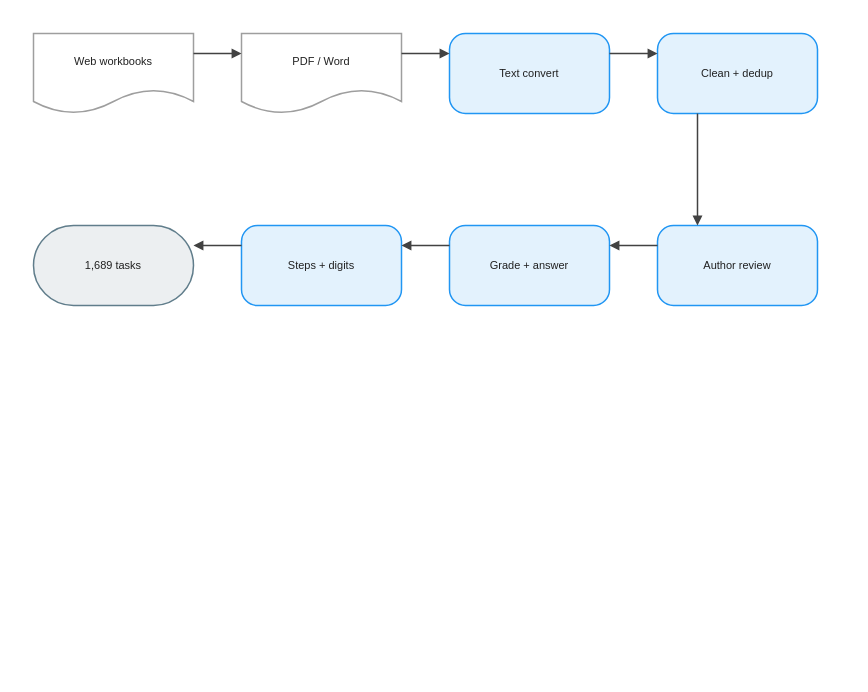
Earlier version of the draw.io diagram client/public/drawio/CMATH/CMATH.en.drawio (joe1chief/benchmark-hub). Source tidied: cells renumbered, new cells numbered last; positions are measured from the earlier drawing's top-left corner, leaving out a move shared by most shapes. Both pictures are drawn from the tidied source at 100%, with x=0, y=0 at pixel (33, 33).
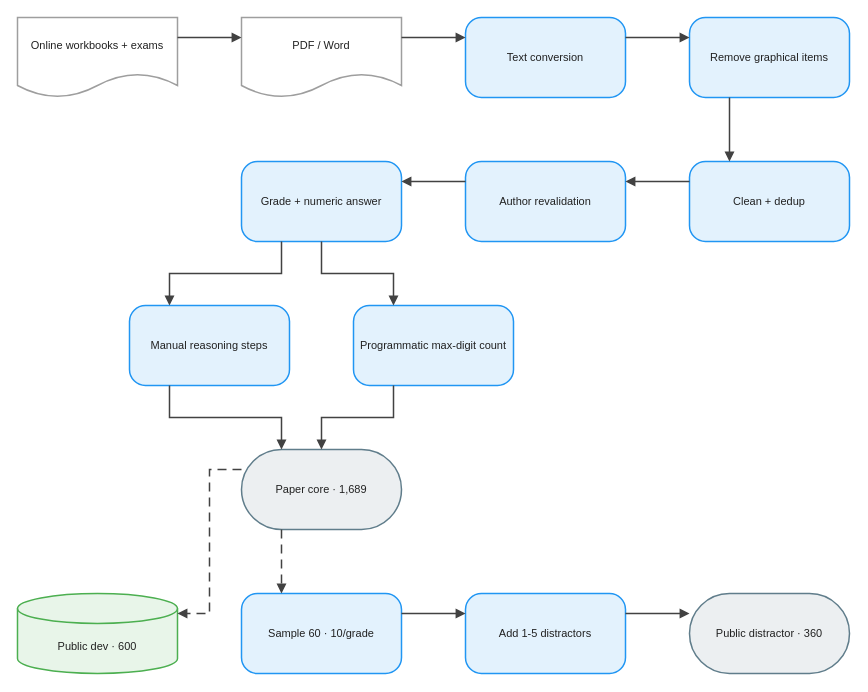
The same diagram, later.

The edit, as a diff of the source:
```diff
@@
-    <mxCell id="2" value="Web workbooks" style="shape=document;boundedLbl=1;html=1;whiteSpace=wrap;fillColor=#FFFFFF;strokeColor=#9E9E9E;strokeWidth=1.5;fontColor=#212121;fontSize=11;fontFamily=Arial, Helvetica, sans-serif;verticalAlign=middle;align=center;" parent="1" vertex="1">
-      <mxGeometry width="160" height="80" as="geometry" />
+    <mxCell id="2" value="Online workbooks + exams" style="shape=document;boundedLbl=1;html=0;convertToSvg=1;whiteSpace=wrap;fillColor=#FFFFFF;strokeColor=#9E9E9E;strokeWidth=1.5;fontColor=#212121;fontSize=11;fontFamily=Arial, Helvetica, sans-serif;verticalAlign=middle;align=center;" parent="1" vertex="1">
+      <mxGeometry x="-16" y="-16" width="160" height="80" as="geometry" />
     </mxCell>
-    <mxCell id="3" value="PDF / Word" style="shape=document;boundedLbl=1;html=1;whiteSpace=wrap;fillColor=#FFFFFF;strokeColor=#9E9E9E;strokeWidth=1.5;fontColor=#212121;fontSize=11;fontFamily=Arial, Helvetica, sans-serif;verticalAlign=middle;align=center;" parent="1" vertex="1">
-      <mxGeometry x="208" width="160" height="80" as="geometry" />
+    <mxCell id="3" value="PDF / Word" style="shape=document;boundedLbl=1;html=0;convertToSvg=1;whiteSpace=wrap;fillColor=#FFFFFF;strokeColor=#9E9E9E;strokeWidth=1.5;fontColor=#212121;fontSize=11;fontFamily=Arial, Helvetica, sans-serif;verticalAlign=middle;align=center;" parent="1" vertex="1">
+      <mxGeometry x="208" y="-16" width="160" height="80" as="geometry" />
     </mxCell>
-    <mxCell id="4" value="Text convert" style="rounded=1;arcSize=20;html=1;whiteSpace=wrap;fillColor=#E3F2FD;strokeColor=#2196F3;strokeWidth=1.5;fontColor=#212121;fontSize=11;fontFamily=Arial, Helvetica, sans-serif;verticalAlign=middle;align=center;" parent="1" vertex="1">
-      <mxGeometry x="416" width="160" height="80" as="geometry" />
+    <mxCell id="4" value="Text conversion" style="rounded=1;arcSize=20;html=0;convertToSvg=1;whiteSpace=wrap;fillColor=#E3F2FD;strokeColor=#2196F3;strokeWidth=1.5;fontColor=#212121;fontSize=11;fontFamily=Arial, Helvetica, sans-serif;verticalAlign=middle;align=center;" parent="1" vertex="1">
+      <mxGeometry x="432" y="-16" width="160" height="80" as="geometry" />
     </mxCell>
-    <mxCell id="5" value="Clean + dedup" style="rounded=1;arcSize=20;html=1;whiteSpace=wrap;fillColor=#E3F2FD;strokeColor=#2196F3;strokeWidth=1.5;fontColor=#212121;fontSize=11;fontFamily=Arial, Helvetica, sans-serif;verticalAlign=middle;align=center;" parent="1" vertex="1">
-      <mxGeometry x="624" width="160" height="80" as="geometry" />
+    <mxCell id="5" value="Remove graphical items" style="rounded=1;arcSize=20;html=0;convertToSvg=1;whiteSpace=wrap;fillColor=#E3F2FD;strokeColor=#2196F3;strokeWidth=1.5;fontColor=#212121;fontSize=11;fontFamily=Arial, Helvetica, sans-serif;verticalAlign=middle;align=center;" parent="1" vertex="1">
+      <mxGeometry x="656" y="-16" width="160" height="80" as="geometry" />
     </mxCell>
-    <mxCell id="6" value="Author review" style="rounded=1;arcSize=20;html=1;whiteSpace=wrap;fillColor=#E3F2FD;strokeColor=#2196F3;strokeWidth=1.5;fontColor=#212121;fontSize=11;fontFamily=Arial, Helvetica, sans-serif;verticalAlign=middle;align=center;" parent="1" vertex="1">
-      <mxGeometry x="624" y="192" width="160" height="80" as="geometry" />
+    <mxCell id="6" value="Clean + dedup" style="rounded=1;arcSize=20;html=0;convertToSvg=1;whiteSpace=wrap;fillColor=#E3F2FD;strokeColor=#2196F3;strokeWidth=1.5;fontColor=#212121;fontSize=11;fontFamily=Arial, Helvetica, sans-serif;verticalAlign=middle;align=center;" parent="1" vertex="1">
+      <mxGeometry x="656" y="128" width="160" height="80" as="geometry" />
     </mxCell>
-    <mxCell id="7" value="Grade + answer" style="rounded=1;arcSize=20;html=1;whiteSpace=wrap;fillColor=#E3F2FD;strokeColor=#2196F3;strokeWidth=1.5;fontColor=#212121;fontSize=11;fontFamily=Arial, Helvetica, sans-serif;verticalAlign=middle;align=center;" parent="1" vertex="1">
-      <mxGeometry x="416" y="192" width="160" height="80" as="geometry" />
+    <mxCell id="7" value="Author revalidation" style="rounded=1;arcSize=20;html=0;convertToSvg=1;whiteSpace=wrap;fillColor=#E3F2FD;strokeColor=#2196F3;strokeWidth=1.5;fontColor=#212121;fontSize=11;fontFamily=Arial, Helvetica, sans-serif;verticalAlign=middle;align=center;" parent="1" vertex="1">
+      <mxGeometry x="432" y="128" width="160" height="80" as="geometry" />
     </mxCell>
-    <mxCell id="8" value="Steps + digits" style="rounded=1;arcSize=20;html=1;whiteSpace=wrap;fillColor=#E3F2FD;strokeColor=#2196F3;strokeWidth=1.5;fontColor=#212121;fontSize=11;fontFamily=Arial, Helvetica, sans-serif;verticalAlign=middle;align=center;" parent="1" vertex="1">
-      <mxGeometry x="208" y="192" width="160" height="80" as="geometry" />
+    <mxCell id="8" value="Grade + numeric answer" style="rounded=1;arcSize=20;html=0;convertToSvg=1;whiteSpace=wrap;fillColor=#E3F2FD;strokeColor=#2196F3;strokeWidth=1.5;fontColor=#212121;fontSize=11;fontFamily=Arial, Helvetica, sans-serif;verticalAlign=middle;align=center;" parent="1" vertex="1">
+      <mxGeometry x="208" y="128" width="160" height="80" as="geometry" />
     </mxCell>
-    <mxCell id="9" value="1,689 tasks" style="rounded=1;arcSize=50;html=1;whiteSpace=wrap;fillColor=#ECEFF1;strokeColor=#607D8B;strokeWidth=1.5;fontColor=#212121;fontSize=11;fontFamily=Arial, Helvetica, sans-serif;verticalAlign=middle;align=center;" parent="1" vertex="1">
-      <mxGeometry y="192" width="160" height="80" as="geometry" />
+    <mxCell id="9" value="Manual reasoning steps" style="rounded=1;arcSize=20;html=0;convertToSvg=1;whiteSpace=wrap;fillColor=#E3F2FD;strokeColor=#2196F3;strokeWidth=1.5;fontColor=#212121;fontSize=11;fontFamily=Arial, Helvetica, sans-serif;verticalAlign=middle;align=center;" parent="1" vertex="1">
+      <mxGeometry x="96" y="272" width="160" height="80" as="geometry" />
     </mxCell>
-    <mxCell id="10" style="edgeStyle=orthogonalEdgeStyle;rounded=0;jettySize=auto;html=1;strokeColor=#424242;strokeWidth=1.5;endArrow=block;endFill=1;exitX=1;exitY=0.25;exitDx=0;exitDy=0;entryX=0;entryY=0.25;entryDx=0;entryDy=0;jumpStyle=arc;jumpSize=8;" parent="1" edge="1" source="2" target="3">
-      <mxGeometry relative="1" as="geometry" />
+    <mxCell id="10" value="Programmatic max-digit count" style="rounded=1;arcSize=20;html=0;convertToSvg=1;whiteSpace=wrap;fillColor=#E3F2FD;strokeColor=#2196F3;strokeWidth=1.5;fontColor=#212121;fontSize=11;fontFamily=Arial, Helvetica, sans-serif;verticalAlign=middle;align=center;" parent="1" vertex="1">
+      <mxGeometry x="320" y="272" width="160" height="80" as="geometry" />
     </mxCell>
-    <mxCell id="11" style="edgeStyle=orthogonalEdgeStyle;rounded=0;jettySize=auto;html=1;strokeColor=#424242;strokeWidth=1.5;endArrow=block;endFill=1;exitX=1;exitY=0.25;exitDx=0;exitDy=0;entryX=0;entryY=0.25;entryDx=0;entryDy=0;jumpStyle=arc;jumpSize=8;" parent="1" edge="1" source="3" target="4">
-      <mxGeometry relative="1" as="geometry" />
+    <mxCell id="11" value="Paper core · 1,689" style="rounded=1;arcSize=50;html=0;convertToSvg=1;whiteSpace=wrap;fillColor=#ECEFF1;strokeColor=#607D8B;strokeWidth=1.5;fontColor=#212121;fontSize=11;fontFamily=Arial, Helvetica, sans-serif;verticalAlign=middle;align=center;" parent="1" vertex="1">
+      <mxGeometry x="208" y="416" width="160" height="80" as="geometry" />
     </mxCell>
-    <mxCell id="12" style="edgeStyle=orthogonalEdgeStyle;rounded=0;jettySize=auto;html=1;strokeColor=#424242;strokeWidth=1.5;endArrow=block;endFill=1;exitX=1;exitY=0.25;exitDx=0;exitDy=0;entryX=0;entryY=0.25;entryDx=0;entryDy=0;jumpStyle=arc;jumpSize=8;" parent="1" edge="1" source="4" target="5">
-      <mxGeometry relative="1" as="geometry" />
+    <mxCell id="12" value="Public dev · 600" style="shape=cylinder3;boundedLbl=1;backgroundOutline=1;size=15;html=0;convertToSvg=1;whiteSpace=wrap;fillColor=#E8F5E9;strokeColor=#4CAF50;strokeWidth=1.5;fontColor=#212121;fontSize=11;fontFamily=Arial, Helvetica, sans-serif;verticalAlign=middle;align=center;" parent="1" vertex="1">
+      <mxGeometry x="-16" y="560" width="160" height="80" as="geometry" />
     </mxCell>
-    <mxCell id="13" style="edgeStyle=orthogonalEdgeStyle;rounded=0;jettySize=auto;html=1;strokeColor=#424242;strokeWidth=1.5;endArrow=block;endFill=1;exitX=0.25;exitY=1;exitDx=0;exitDy=0;entryX=0.25;entryY=0;entryDx=0;entryDy=0;jumpStyle=arc;jumpSize=8;" parent="1" edge="1" source="5" target="6">
-      <mxGeometry relative="1" as="geometry" />
+    <mxCell id="13" value="Sample 60 · 10/grade" style="rounded=1;arcSize=20;html=0;convertToSvg=1;whiteSpace=wrap;fillColor=#E3F2FD;strokeColor=#2196F3;strokeWidth=1.5;fontColor=#212121;fontSize=11;fontFamily=Arial, Helvetica, sans-serif;verticalAlign=middle;align=center;" parent="1" vertex="1">
+      <mxGeometry x="208" y="560" width="160" height="80" as="geometry" />
     </mxCell>
-    <mxCell id="14" style="edgeStyle=orthogonalEdgeStyle;rounded=0;jettySize=auto;html=1;strokeColor=#424242;strokeWidth=1.5;endArrow=block;endFill=1;exitX=0;exitY=0.25;exitDx=0;exitDy=0;entryX=1;entryY=0.25;entryDx=0;entryDy=0;jumpStyle=arc;jumpSize=8;" parent="1" edge="1" source="6" target="7">
-      <mxGeometry relative="1" as="geometry" />
+    <mxCell id="14" value="Add 1-5 distractors" style="rounded=1;arcSize=20;html=0;convertToSvg=1;whiteSpace=wrap;fillColor=#E3F2FD;strokeColor=#2196F3;strokeWidth=1.5;fontColor=#212121;fontSize=11;fontFamily=Arial, Helvetica, sans-serif;verticalAlign=middle;align=center;" parent="1" vertex="1">
+      <mxGeometry x="432" y="560" width="160" height="80" as="geometry" />
     </mxCell>
-    <mxCell id="15" style="edgeStyle=orthogonalEdgeStyle;rounded=0;jettySize=auto;html=1;strokeColor=#424242;strokeWidth=1.5;endArrow=block;endFill=1;exitX=0;exitY=0.25;exitDx=0;exitDy=0;entryX=1;entryY=0.25;entryDx=0;entryDy=0;jumpStyle=arc;jumpSize=8;" parent="1" edge="1" source="7" target="8">
-      <mxGeometry relative="1" as="geometry" />
+    <mxCell id="15" value="Public distractor · 360" style="rounded=1;arcSize=50;html=0;convertToSvg=1;whiteSpace=wrap;fillColor=#ECEFF1;strokeColor=#607D8B;strokeWidth=1.5;fontColor=#212121;fontSize=11;fontFamily=Arial, Helvetica, sans-serif;verticalAlign=middle;align=center;" parent="1" vertex="1">
+      <mxGeometry x="656" y="560" width="160" height="80" as="geometry" />
     </mxCell>
-    <mxCell id="16" style="edgeStyle=orthogonalEdgeStyle;rounded=0;jettySize=auto;html=1;strokeColor=#424242;strokeWidth=1.5;endArrow=block;endFill=1;exitX=0;exitY=0.25;exitDx=0;exitDy=0;entryX=1;entryY=0.25;entryDx=0;entryDy=0;jumpStyle=arc;jumpSize=8;" parent="1" edge="1" source="8" target="9">
+    <mxCell id="16" style="edgeStyle=orthogonalEdgeStyle;rounded=0;jettySize=auto;html=0;convertToSvg=1;strokeColor=#424242;strokeWidth=1.5;endArrow=block;endFill=1;exitX=1;exitY=0.25;exitDx=0;exitDy=0;entryX=0;entryY=0.25;entryDx=0;entryDy=0;jumpStyle=arc;jumpSize=8;" parent="1" edge="1" source="2" target="3">
       <mxGeometry relative="1" as="geometry" />
     </mxCell>
+    <mxCell id="17" style="edgeStyle=orthogonalEdgeStyle;rounded=0;jettySize=auto;html=0;convertToSvg=1;strokeColor=#424242;strokeWidth=1.5;endArrow=block;endFill=1;exitX=1;exitY=0.25;exitDx=0;exitDy=0;entryX=0;entryY=0.25;entryDx=0;entryDy=0;jumpStyle=arc;jumpSize=8;" parent="1" edge="1" source="3" target="4">
+      <mxGeometry relative="1" as="geometry" />
+    </mxCell>
+    <mxCell id="18" style="edgeStyle=orthogonalEdgeStyle;rounded=0;jettySize=auto;html=0;convertToSvg=1;strokeColor=#424242;strokeWidth=1.5;endArrow=block;endFill=1;exitX=1;exitY=0.25;exitDx=0;exitDy=0;entryX=0;entryY=0.25;entryDx=0;entryDy=0;jumpStyle=arc;jumpSize=8;" parent="1" edge="1" source="4" target="5">
+      <mxGeometry relative="1" as="geometry" />
+    </mxCell>
+    <mxCell id="19" style="edgeStyle=orthogonalEdgeStyle;rounded=0;jettySize=auto;html=0;convertToSvg=1;strokeColor=#424242;strokeWidth=1.5;endArrow=block;endFill=1;exitX=0.25;exitY=1;exitDx=0;exitDy=0;entryX=0.25;entryY=0;entryDx=0;entryDy=0;jumpStyle=arc;jumpSize=8;" parent="1" edge="1" source="5" target="6">
+      <mxGeometry relative="1" as="geometry" />
+    </mxCell>
+    <mxCell id="20" style="edgeStyle=orthogonalEdgeStyle;rounded=0;jettySize=auto;html=0;convertToSvg=1;strokeColor=#424242;strokeWidth=1.5;endArrow=block;endFill=1;exitX=0;exitY=0.25;exitDx=0;exitDy=0;entryX=1;entryY=0.25;entryDx=0;entryDy=0;jumpStyle=arc;jumpSize=8;" parent="1" edge="1" source="6" target="7">
+      <mxGeometry relative="1" as="geometry" />
+    </mxCell>
+    <mxCell id="21" style="edgeStyle=orthogonalEdgeStyle;rounded=0;jettySize=auto;html=0;convertToSvg=1;strokeColor=#424242;strokeWidth=1.5;endArrow=block;endFill=1;exitX=0;exitY=0.25;exitDx=0;exitDy=0;entryX=1;entryY=0.25;entryDx=0;entryDy=0;jumpStyle=arc;jumpSize=8;" parent="1" edge="1" source="7" target="8">
+      <mxGeometry relative="1" as="geometry" />
+    </mxCell>
+    <mxCell id="22" style="edgeStyle=orthogonalEdgeStyle;rounded=0;jettySize=auto;html=0;convertToSvg=1;strokeColor=#424242;strokeWidth=1.5;endArrow=block;endFill=1;exitX=0.25;exitY=1;exitDx=0;exitDy=0;entryX=0.25;entryY=0;entryDx=0;entryDy=0;jumpStyle=arc;jumpSize=8;" parent="1" edge="1" source="8" target="9">
+      <mxGeometry relative="1" as="geometry" />
+    </mxCell>
+    <mxCell id="23" style="edgeStyle=orthogonalEdgeStyle;rounded=0;jettySize=auto;html=0;convertToSvg=1;strokeColor=#424242;strokeWidth=1.5;endArrow=block;endFill=1;exitX=0.5;exitY=1;exitDx=0;exitDy=0;entryX=0.25;entryY=0;entryDx=0;entryDy=0;jumpStyle=arc;jumpSize=8;" parent="1" edge="1" source="8" target="10">
+      <mxGeometry relative="1" as="geometry" />
+    </mxCell>
+    <mxCell id="24" style="edgeStyle=orthogonalEdgeStyle;rounded=0;jettySize=auto;html=0;convertToSvg=1;strokeColor=#424242;strokeWidth=1.5;endArrow=block;endFill=1;exitX=0.25;exitY=1;exitDx=0;exitDy=0;entryX=0.25;entryY=0;entryDx=0;entryDy=0;jumpStyle=arc;jumpSize=8;" parent="1" edge="1" source="9" target="11">
+      <mxGeometry relative="1" as="geometry" />
+    </mxCell>
+    <mxCell id="25" style="edgeStyle=orthogonalEdgeStyle;rounded=0;jettySize=auto;html=0;convertToSvg=1;strokeColor=#424242;strokeWidth=1.5;endArrow=block;endFill=1;exitX=0.25;exitY=1;exitDx=0;exitDy=0;entryX=0.5;entryY=0;entryDx=0;entryDy=0;jumpStyle=arc;jumpSize=8;" parent="1" edge="1" source="10" target="11">
+      <mxGeometry relative="1" as="geometry" />
+    </mxCell>
+    <mxCell id="26" style="edgeStyle=orthogonalEdgeStyle;rounded=0;jettySize=auto;html=0;convertToSvg=1;strokeColor=#424242;strokeWidth=1.5;endArrow=block;endFill=1;exitX=0;exitY=0.25;exitDx=0;exitDy=0;entryX=1;entryY=0.25;entryDx=0;entryDy=0;dashed=1;dashPattern=6 4;jumpStyle=arc;jumpSize=8;" parent="1" edge="1" source="11" target="12">
+      <mxGeometry relative="1" as="geometry" />
+    </mxCell>
+    <mxCell id="27" style="edgeStyle=orthogonalEdgeStyle;rounded=0;jettySize=auto;html=0;convertToSvg=1;strokeColor=#424242;strokeWidth=1.5;endArrow=block;endFill=1;exitX=0.25;exitY=1;exitDx=0;exitDy=0;entryX=0.25;entryY=0;entryDx=0;entryDy=0;dashed=1;dashPattern=6 4;jumpStyle=arc;jumpSize=8;" parent="1" edge="1" source="11" target="13">
+      <mxGeometry relative="1" as="geometry" />
+    </mxCell>
+    <mxCell id="28" style="edgeStyle=orthogonalEdgeStyle;rounded=0;jettySize=auto;html=0;convertToSvg=1;strokeColor=#424242;strokeWidth=1.5;endArrow=block;endFill=1;exitX=1;exitY=0.25;exitDx=0;exitDy=0;entryX=0;entryY=0.25;entryDx=0;entryDy=0;jumpStyle=arc;jumpSize=8;" parent="1" edge="1" source="13" target="14">
+      <mxGeometry relative="1" as="geometry" />
+    </mxCell>
+    <mxCell id="29" style="edgeStyle=orthogonalEdgeStyle;rounded=0;jettySize=auto;html=0;convertToSvg=1;strokeColor=#424242;strokeWidth=1.5;endArrow=block;endFill=1;exitX=1;exitY=0.25;exitDx=0;exitDy=0;entryX=0;entryY=0.25;entryDx=0;entryDy=0;jumpStyle=arc;jumpSize=8;" parent="1" edge="1" source="14" target="15">
+      <mxGeometry relative="1" as="geometry" />
+    </mxCell>
```
